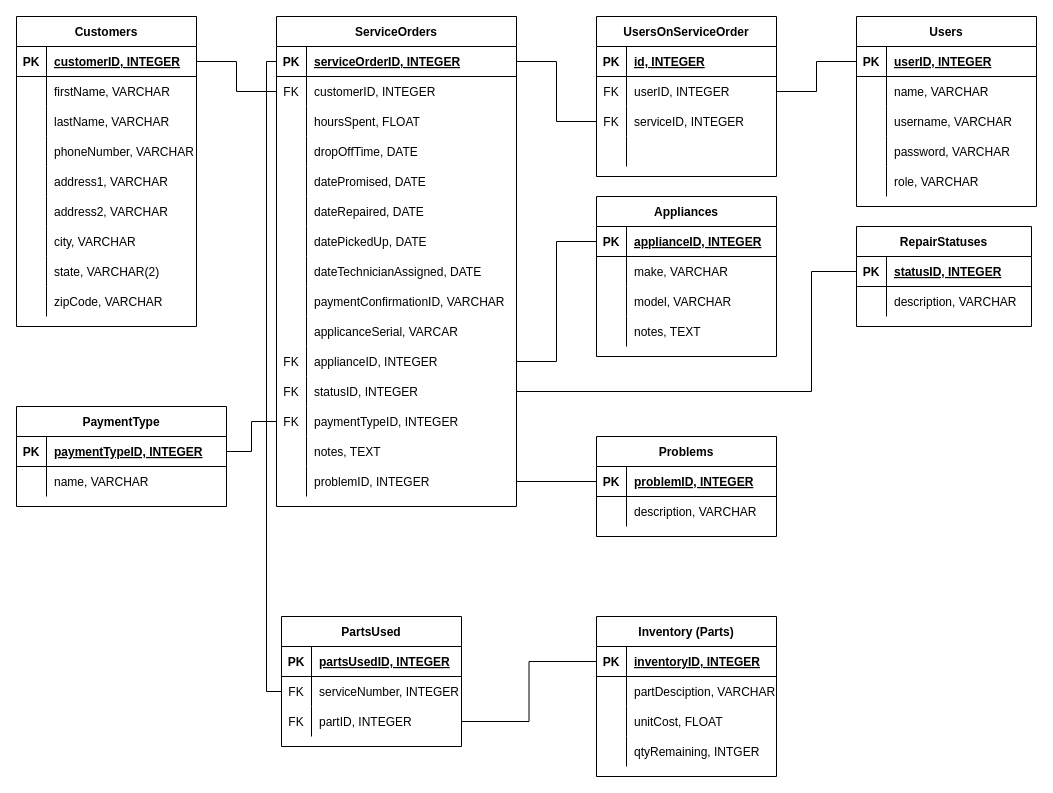
Above: cohort-2/module-8/week2/erd/ERD.drawio in hackupstate/careers-in-code-classroom-codebase (draw.io), before the change. Source tidied: cells renumbered, new cells numbered last; positions are measured from the earlier drawing's top-left corner, leaving out a move shared by most shapes. Both pictures are drawn from the tidied source at 100%, with x=0, y=0 at pixel (16, 16).
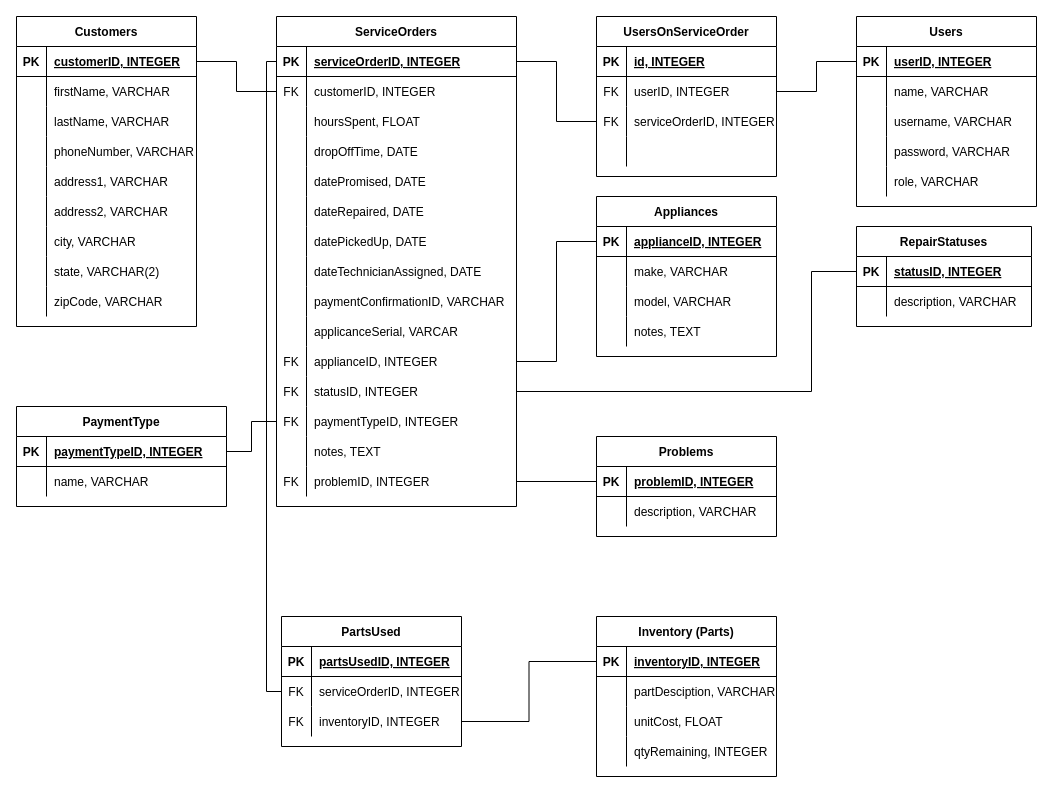
The same page after the edit.

The change refers to these unchanged cells:
```xml
<mxCell id="45" style="shape=partialRectangle;fillColor=none;top=0;left=0;bottom=0;right=0;points=[[0,0.5],[1,0.5]];portConstraint=eastwest;" parent="2" vertex="1">
  <mxGeometry y="450" width="240" height="30" as="geometry" />
</mxCell>
<mxCell id="100" style="shape=partialRectangle;fillColor=none;top=0;left=0;bottom=0;right=0;points=[[0,0.5],[1,0.5]];portConstraint=eastwest;" parent="93" vertex="1">
  <mxGeometry y="90" width="180" height="30" as="geometry" />
</mxCell>
<mxCell id="148" style="shape=partialRectangle;fillColor=none;top=0;left=0;bottom=0;right=0;points=[[0,0.5],[1,0.5]];portConstraint=eastwest;" parent="144" vertex="1">
  <mxGeometry y="60" width="180" height="30" as="geometry" />
</mxCell>
<mxCell id="151" style="shape=partialRectangle;fillColor=none;top=0;left=0;bottom=0;right=0;points=[[0,0.5],[1,0.5]];portConstraint=eastwest;" parent="144" vertex="1">
  <mxGeometry y="90" width="180" height="30" as="geometry" />
</mxCell>
<mxCell id="165" style="shape=partialRectangle;fillColor=none;top=0;left=0;bottom=0;right=0;" parent="155" vertex="1">
  <mxGeometry y="120" width="180" height="30" as="geometry" />
</mxCell>
```

Change to the diagram source:
```diff
@@
-    <mxCell id="46" style="shape=partialRectangle;fillColor=none;top=0;left=0;bottom=0;right=0;overflow=hidden;" parent="45" vertex="1">
+    <mxCell id="46" value="FK" style="shape=partialRectangle;fillColor=none;top=0;left=0;bottom=0;right=0;overflow=hidden;" parent="45" vertex="1">
       <mxGeometry width="30" height="30" as="geometry" />
     </mxCell>
@@
-    <mxCell id="102" value="serviceID, INTEGER" style="shape=partialRectangle;fillColor=none;top=0;left=0;bottom=0;right=0;align=left;spacingLeft=6;overflow=hidden;" parent="100" vertex="1">
+    <mxCell id="102" value="serviceOrderID, INTEGER" style="shape=partialRectangle;fillColor=none;top=0;left=0;bottom=0;right=0;align=left;spacingLeft=6;overflow=hidden;" parent="100" vertex="1">
       <mxGeometry x="30" width="150" height="30" as="geometry" />
     </mxCell>
@@
-    <mxCell id="150" value="serviceNumber, INTEGER" style="shape=partialRectangle;fillColor=none;top=0;left=0;bottom=0;right=0;align=left;spacingLeft=6;overflow=hidden;" parent="148" vertex="1">
+    <mxCell id="150" value="serviceOrderID, INTEGER" style="shape=partialRectangle;fillColor=none;top=0;left=0;bottom=0;right=0;align=left;spacingLeft=6;overflow=hidden;" parent="148" vertex="1">
       <mxGeometry x="30" width="150" height="30" as="geometry" />
     </mxCell>
@@
-    <mxCell id="153" value="partID, INTEGER" style="shape=partialRectangle;fillColor=none;top=0;left=0;bottom=0;right=0;align=left;spacingLeft=6;overflow=hidden;" parent="151" vertex="1">
+    <mxCell id="153" value="inventoryID, INTEGER" style="shape=partialRectangle;fillColor=none;top=0;left=0;bottom=0;right=0;align=left;spacingLeft=6;overflow=hidden;" parent="151" vertex="1">
       <mxGeometry x="30" width="150" height="30" as="geometry" />
     </mxCell>
@@
-    <mxCell id="167" value="qtyRemaining, INTGER" style="shape=partialRectangle;fillColor=none;top=0;left=0;bottom=0;right=0;align=left;spacingLeft=6;overflow=hidden;" parent="165" vertex="1">
+    <mxCell id="167" value="qtyRemaining, INTEGER" style="shape=partialRectangle;fillColor=none;top=0;left=0;bottom=0;right=0;align=left;spacingLeft=6;overflow=hidden;" parent="165" vertex="1">
       <mxGeometry x="30" width="150" height="30" as="geometry" />
     </mxCell>
```
